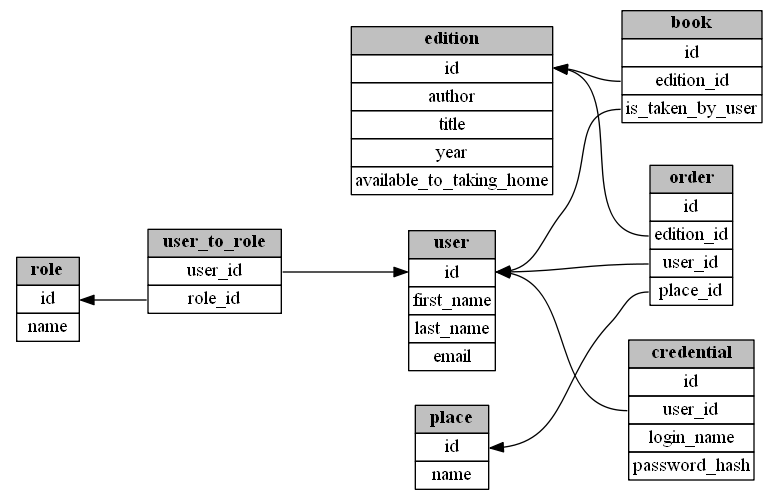
Above: epm-wl-docs/db_schema.png in AleksandrRadchenko/Web-Library (Graphviz), before the change. Its source is kept beside it as epm-wl-docs/db_schema.dot.
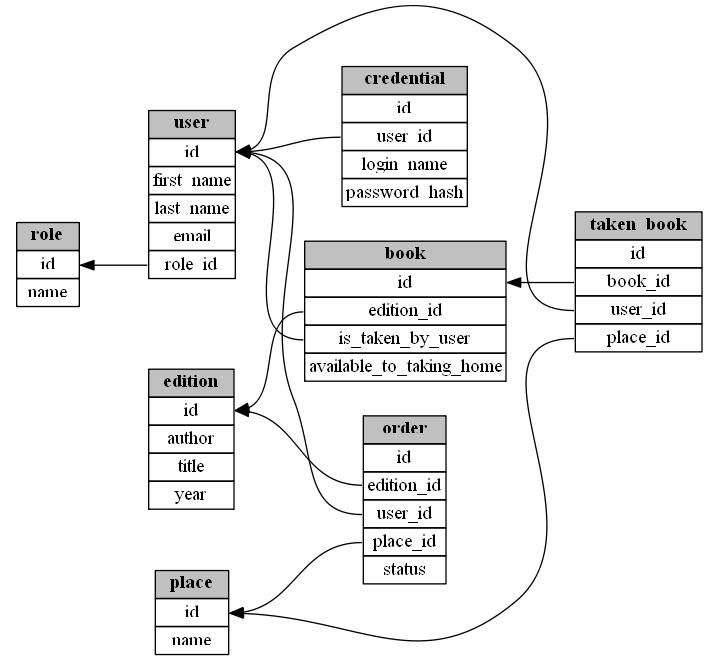
Later version of the same file.

Commit message:
EPMWL-1 Add taken_book table, del user_to_role

What changed in the source:
```diff
@@ -12,6 +12,7 @@
                 <tr><td border="1">first_name</td></tr>
                 <tr><td border="1">last_name</td></tr>
                 <tr><td border="1">email</td></tr>
+                <tr><td port="r_id" border="1">role_id</td></tr>
             </table>>
   ]
 
@@ -39,19 +40,7 @@
             </table>>
   ]
 
-  user_to_role
-  [
-    shape = none
-    label = <<table border="0" cellspacing="0">
-                <tr><td border="1" bgcolor="grey">  <b>user_to_role</b>  </td></tr>
-                <tr><td port="u_id" border="1">user_id</td></tr>
-                <tr><td port="r_id" border="1">role_id</td></tr>
-            </table>>
-  ]
-
-  user -> user_to_role [style=invis; weight=0]
-  user_to_role:u_id -> user:id [weight=1]
-  user_to_role:r_id -> role:id [weight=1]
+  user:r_id -> role:id[weight=1]
 
   book
   [
@@ -61,10 +50,11 @@
                 <tr><td port="id" border="1">id</td></tr>
                 <tr><td port="e_id" border="1">edition_id</td></tr>
                 <tr><td port="u_id" border="1">is_taken_by_user</td></tr>
+                <tr><td border="1">available_to_taking_home</td></tr>
             </table>>
   ]
 
-book:u_id -> user:id [weight=1]
+  book:u_id -> user:id [weight=1]
 
   edition
   [
@@ -75,7 +65,6 @@
                 <tr><td border="1">author</td></tr>
                 <tr><td border="1">title</td></tr>
                 <tr><td border="1">year</td></tr>
-                <tr><td border="1">available_to_taking_home</td></tr>
             </table>>
   ]
 
@@ -90,6 +79,7 @@
                 <tr><td port="e_id" border="1">edition_id</td></tr>
                 <tr><td port="u_id" border="1">user_id</td></tr>
                 <tr><td port="p_id" border="1">place_id</td></tr>
+                <tr><td border="1">status</td></tr>
             </table>>
   ]
 
@@ -105,6 +95,23 @@
                 <tr><td border="1">name</td></tr>
             </table>>
   ]
- order:p_id -> place:id [weight=1]
+
+  order:p_id -> place:id [weight=1]
+
+  taken_book
+  [
+    shape = none
+    label = <<table border="0" cellspacing="0">
+                <tr><td border="1" bgcolor="grey">  <b>taken_book</b>  </td></tr>
+                <tr><td port="id" border="1">id</td></tr>
+                <tr><td port="b_id"  border="1">book_id</td></tr>
+                <tr><td port="u_id"  border="1">user_id</td></tr>
+                <tr><td port="p_id"  border="1">place_id</td></tr>
+            </table>>
+  ]
+
+  taken_book:b_id -> book:id [weight=1]
+  taken_book:u_id -> user:id [weight=1]
+  taken_book:p_id -> place:id [weight=1]
 
 }
```
